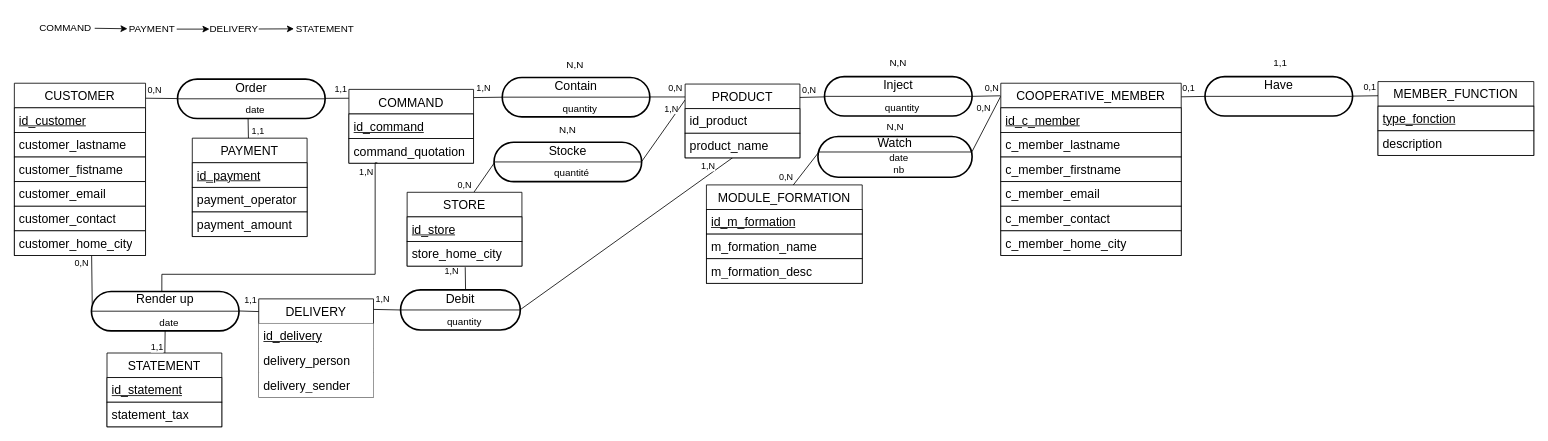
Above: doc/architectures/database/00_mcd.drawio in Ghislain-KIMA/projet_tutor-_licence_2_plateforme_de_gestion_des_coop-ratives_agricoles (draw.io), before the change. Source tidied: cells renumbered, new cells numbered last; positions are measured from the earlier drawing's top-left corner, leaving out a move shared by most shapes. Both pictures are drawn from the tidied source at 82%, with x=0, y=0 at pixel (14, 14).
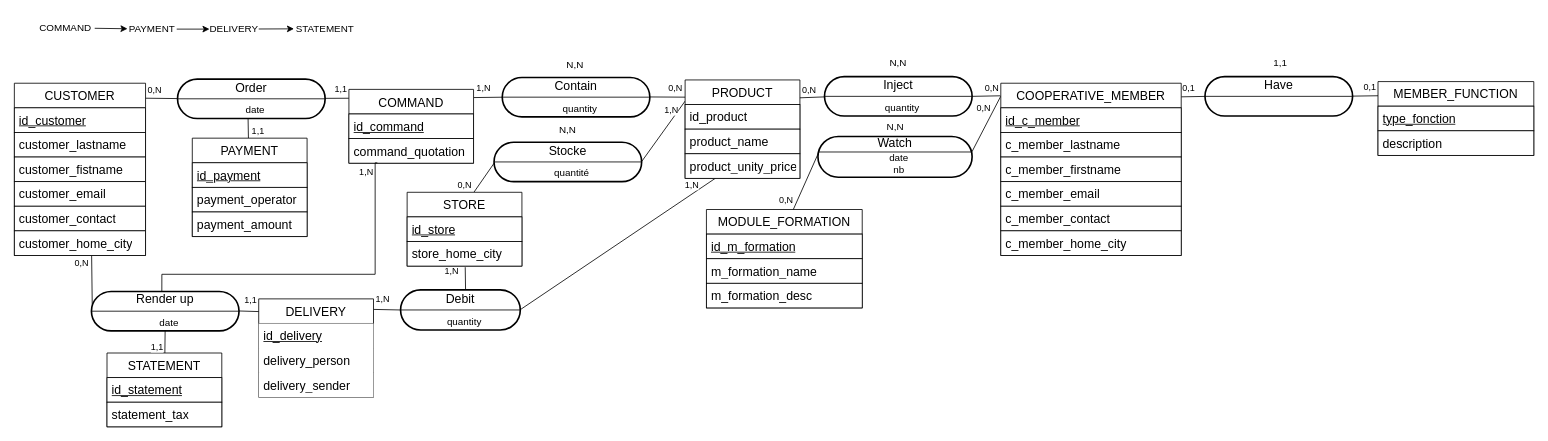
Above is the later version.

The change refers to these unchanged cells:
```xml
<mxCell id="119" style="line;strokeWidth=1;fillColor=none;align=left;verticalAlign=middle;spacingTop=-1;spacingLeft=3;spacingRight=3;labelPosition=right;points=[];portConstraint=eastwest;fontSize=15;" parent="116" vertex="1">
  <mxGeometry y="20.4" width="146" height="8.2" as="geometry" />
</mxCell>
<mxCell id="123" value="product_name" style="text;strokeColor=default;fillColor=default;align=left;verticalAlign=middle;spacingLeft=4;spacingRight=4;overflow=hidden;points=[[0,0.5],[1,0.5]];portConstraint=eastwest;whiteSpace=wrap;html=1;fontSize=15;" parent="121" vertex="1">
  <mxGeometry y="60" width="140" height="30" as="geometry" />
</mxCell>
```

Diff of the diagram source:
```diff
@@
-    <mxCell id="15" style="endArrow=none;html=1;rounded=0;exitX=0.999;exitY=0.467;exitDx=0;exitDy=0;exitPerimeter=0;entryX=0.415;entryY=0.992;entryDx=0;entryDy=0;entryPerimeter=0;" parent="1" edge="1" source="119" target="123">
+    <mxCell id="15" style="endArrow=none;html=1;rounded=0;exitX=0.999;exitY=0.467;exitDx=0;exitDy=0;exitPerimeter=0;entryX=0.266;entryY=0.99;entryDx=0;entryDy=0;entryPerimeter=0;" parent="1" edge="1" source="119" target="146">
       <mxGeometry relative="1" as="geometry" />
     </mxCell>
@@
     <mxCell id="104" style="group;" parent="1" vertex="1">
-      <mxGeometry x="844" y="208" width="190" height="120" as="geometry" />
+      <mxGeometry x="844" y="238" width="190" height="120" as="geometry" />
     </mxCell>
@@
     <mxCell id="121" value="PRODUCT" style="swimlane;fontStyle=0;horizontal=1;startSize=30;whiteSpace=wrap;html=1;fontSize=15;" parent="1" vertex="1">
-      <mxGeometry x="818" y="85" width="140" height="90" as="geometry" />
+      <mxGeometry x="818" y="80" width="140" height="120" as="geometry" />
     </mxCell>
@@
+    <mxCell id="146" value="product_unity_price" style="text;strokeColor=default;fillColor=default;align=left;verticalAlign=middle;spacingLeft=4;spacingRight=4;overflow=hidden;points=[[0,0.5],[1,0.5]];portConstraint=eastwest;whiteSpace=wrap;html=1;fontSize=15;" parent="121" vertex="1">
+      <mxGeometry y="90" width="140" height="30" as="geometry" />
+    </mxCell>
```
